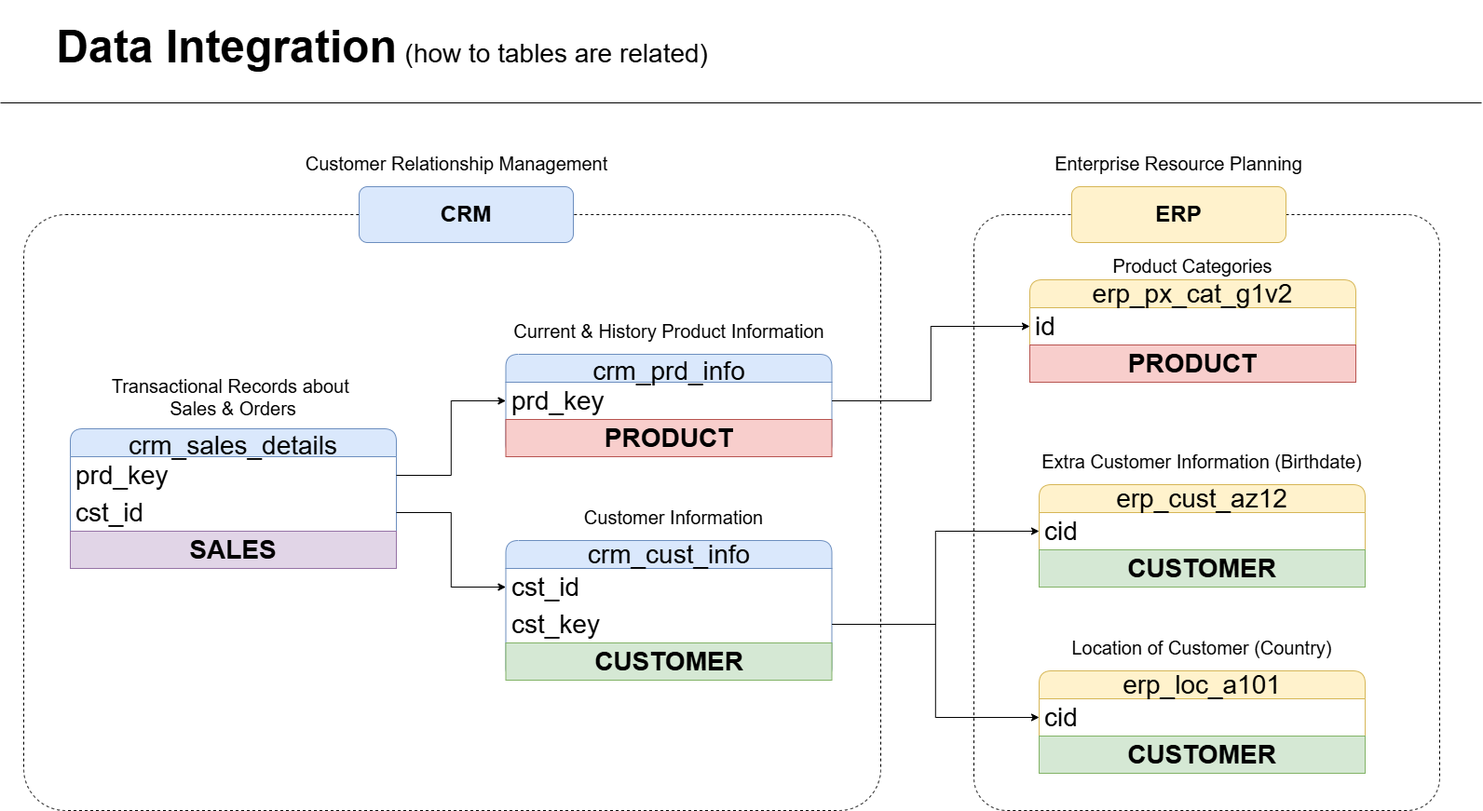
The draw.io diagram docs/Data Integration Model.png in afzalshariff07/01-sql-data-warehouse-project, before a commit. Source tidied: cells renumbered, new cells last; positions are measured from the earlier drawing's top-left corner, leaving out a move shared by most shapes.
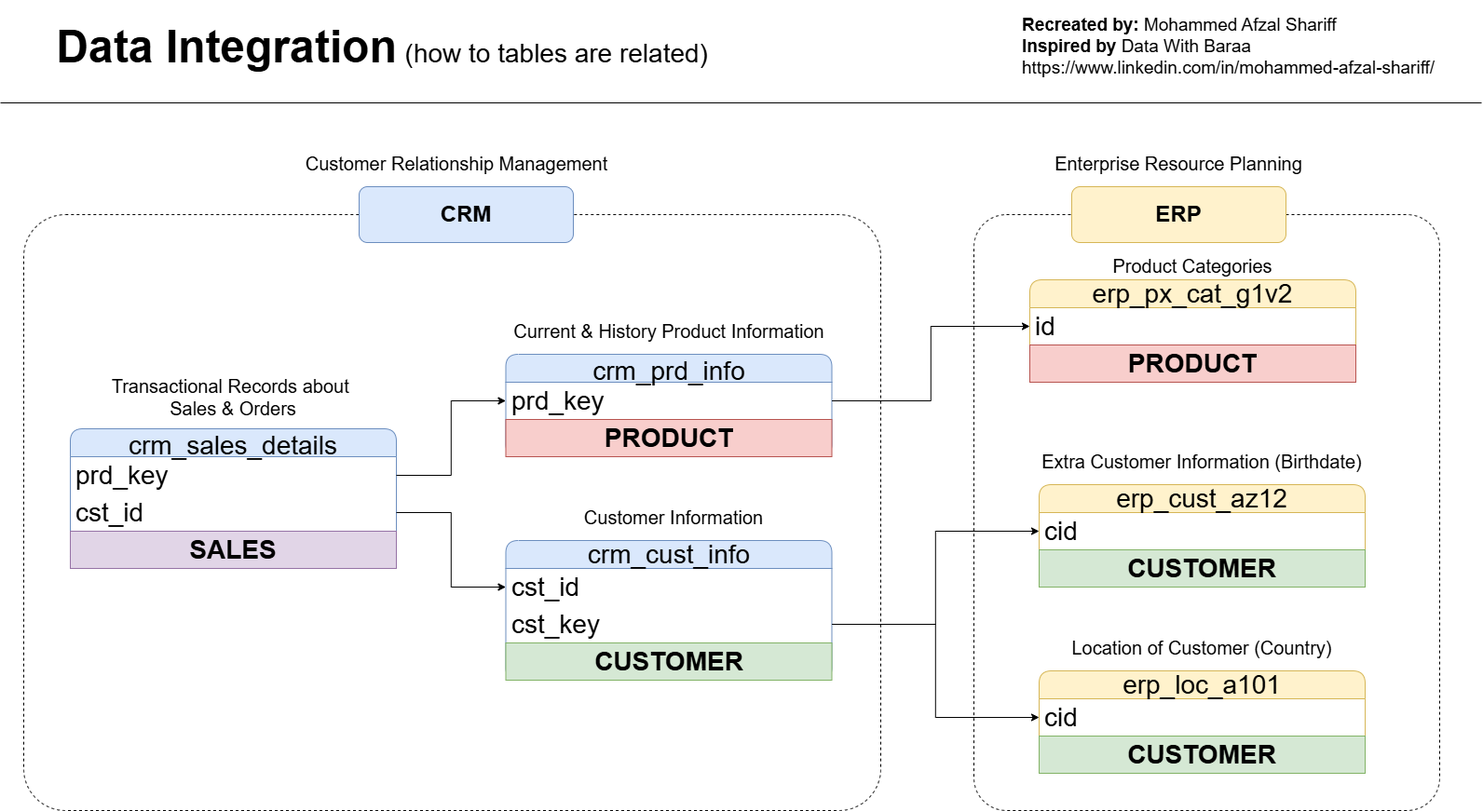
The same file after the commit.

Commit message:
Updated Diagram of Data Integration, Architecture, Flow, Layers and Model diagrams

Change to the diagram source:
```diff
@@ -122,5 +122,8 @@
     <mxCell id="40" value="&lt;span style=&quot;font-size: 20px;&quot;&gt;Enterprise Resource Planning&lt;/span&gt;" style="text;strokeColor=none;fillColor=none;align=center;verticalAlign=middle;spacingLeft=4;spacingRight=4;overflow=hidden;whiteSpace=wrap;html=1;" parent="1" vertex="1">
       <mxGeometry x="1110" y="150" width="310" height="50" as="geometry" />
     </mxCell>
+    <mxCell id="41" value="&lt;div&gt;&lt;font style=&quot;font-size: 19px;&quot;&gt;&lt;b&gt;Recreated by:&lt;/b&gt; Mohammed Afzal Shariff &lt;br&gt;&lt;b&gt;Inspired by&lt;/b&gt; Data With Baraa&amp;nbsp;&amp;nbsp;&lt;/font&gt;&lt;/div&gt;&lt;div&gt;&lt;font style=&quot;font-size: 19px;&quot;&gt;https://www.linkedin.com/in/mohammed-afzal-shariff/&lt;/font&gt;&lt;/div&gt;" style="text;html=1;whiteSpace=wrap;strokeColor=none;fillColor=none;align=left;verticalAlign=middle;rounded=0;" parent="1" vertex="1">
+      <mxGeometry x="1095" width="480" height="100" as="geometry" />
+    </mxCell>
   </root>
 </mxGraphModel>
```
